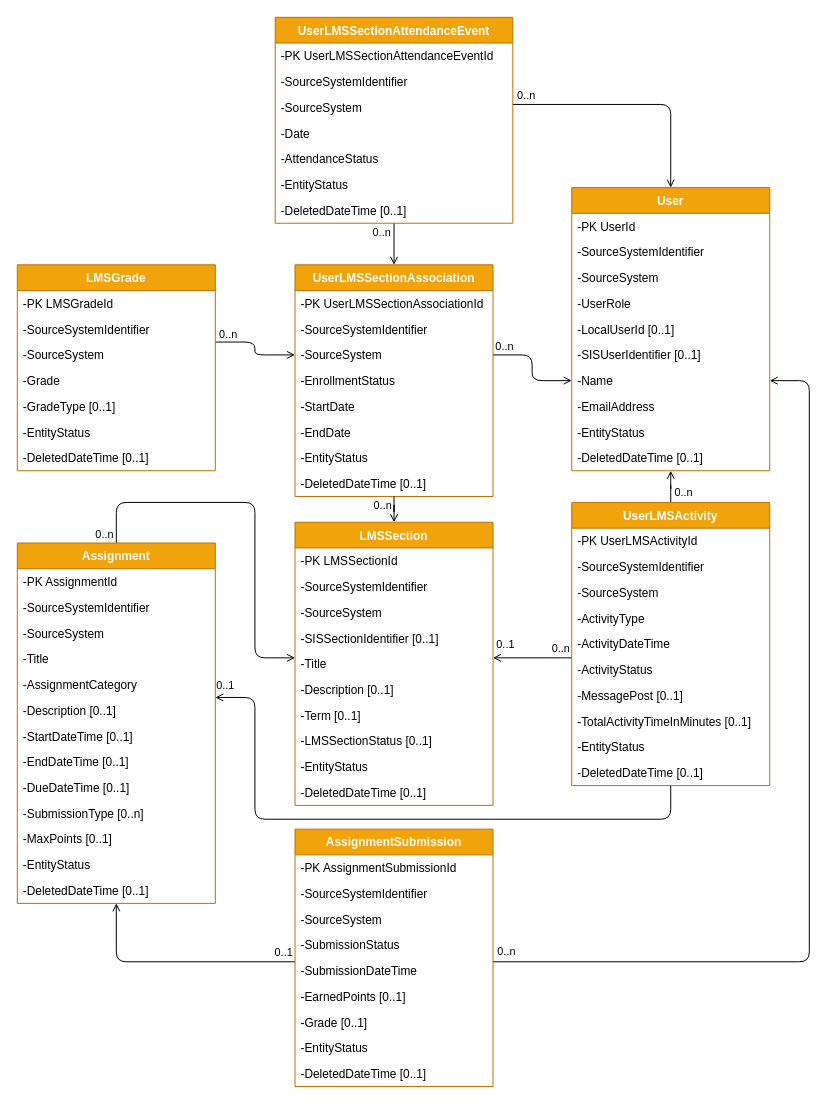
Before: page "Proposed UDM" (1 of 5) of docs/FIZZ-API-UML.drawio in Ed-Fi-Exchange-OSS/LMS-Toolkit, a draw.io diagram. Source tidied: cells renumbered, new cells numbered last; positions are measured from the earlier drawing's top-left corner, leaving out a move shared by most shapes. Both pictures are drawn from the tidied source at 99%, with x=0, y=0 at pixel (17, 17).
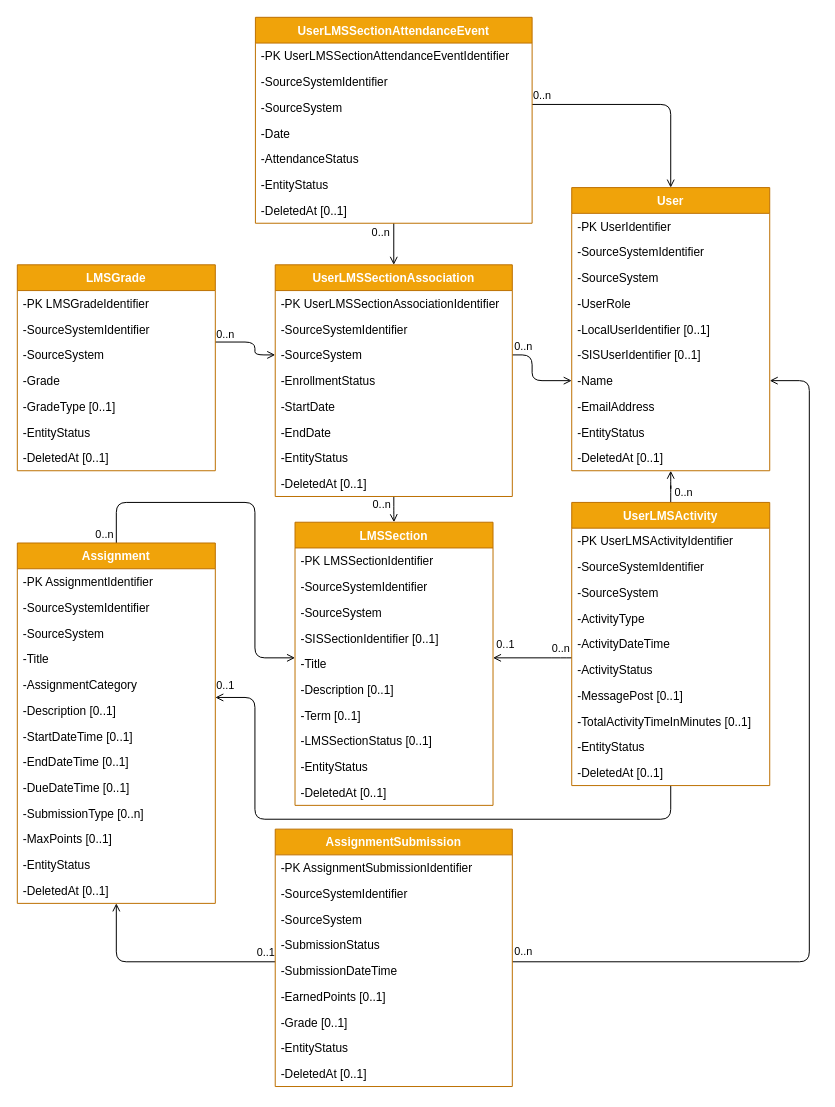
After the change.

Commit message:
[FIZZ-44] name updates to have consistent "Identifier" instead of "Id" and "DeletedAt" instead of "DeletedDateTime"

Unchanged cells that the change refers to:
```xml
<mxCell id="29" value="LMSGrade" style="swimlane;fontStyle=1;horizontal=1;startSize=26;fillColor=#f0a30a;strokeColor=#BD7000;fontColor=#ffffff;" parent="1" vertex="1">
  <mxGeometry y="250" width="200" height="208" as="geometry" />
</mxCell>
<mxCell id="37" value="Assignment" style="swimlane;fontStyle=1;horizontal=1;startSize=26;fillColor=#f0a30a;strokeColor=#BD7000;fontColor=#ffffff;" parent="1" vertex="1">
  <mxGeometry y="531" width="200" height="364" as="geometry" />
</mxCell>
<mxCell id="56" value="LMSSection" style="swimlane;fontStyle=1;horizontal=1;startSize=26;fillColor=#f0a30a;strokeColor=#BD7000;fontColor=#ffffff;" parent="1" vertex="1">
  <mxGeometry x="280.5" y="510" width="200" height="286" as="geometry" />
</mxCell>
<mxCell id="67" value="User" style="swimlane;fontStyle=1;horizontal=1;startSize=26;align=center;fillColor=#f0a30a;strokeColor=#BD7000;fontColor=#ffffff;" parent="1" vertex="1">
  <mxGeometry x="560" y="172" width="200" height="286" as="geometry" />
</mxCell>
<mxCell id="78" value="UserLMSActivity" style="swimlane;fontStyle=1;horizontal=1;startSize=26;fillColor=#f0a30a;strokeColor=#BD7000;fontColor=#ffffff;" parent="1" vertex="1">
  <mxGeometry x="560" y="490" width="200" height="286" as="geometry" />
</mxCell>
```

What changed in the source:
```diff
@@
-    <mxCell id="16" value="UserLMSSectionAssociation" style="swimlane;fontStyle=1;horizontal=1;startSize=26;fillColor=#f0a30a;strokeColor=#BD7000;fontColor=#ffffff;" parent="1" vertex="1">
-      <mxGeometry x="280.5" y="250" width="200" height="234" as="geometry" />
-    </mxCell>
-    <mxCell id="17" value="-PK UserLMSSectionAssociationId" style="text;align=left;verticalAlign=top;spacingLeft=4;spacingRight=4;overflow=hidden;" parent="16" vertex="1">
-      <mxGeometry y="26" width="200" height="26" as="geometry" />
-    </mxCell>
-    <mxCell id="18" value="-SourceSystemIdentifier" style="text;align=left;verticalAlign=top;spacingLeft=4;spacingRight=4;overflow=hidden;" parent="16" vertex="1">
-      <mxGeometry y="52" width="200" height="26" as="geometry" />
-    </mxCell>
-    <mxCell id="19" value="-SourceSystem" style="text;align=left;verticalAlign=top;spacingLeft=4;spacingRight=4;overflow=hidden;" parent="16" vertex="1">
-      <mxGeometry y="78" width="200" height="26" as="geometry" />
-    </mxCell>
-    <mxCell id="20" value="-EnrollmentStatus" style="text;align=left;verticalAlign=top;spacingLeft=4;spacingRight=4;overflow=hidden;" parent="16" vertex="1">
-      <mxGeometry y="104" width="200" height="26" as="geometry" />
-    </mxCell>
-    <mxCell id="21" value="-StartDate" style="text;align=left;verticalAlign=top;spacingLeft=4;spacingRight=4;overflow=hidden;" parent="16" vertex="1">
-      <mxGeometry y="130" width="200" height="26" as="geometry" />
-    </mxCell>
-    <mxCell id="22" value="-EndDate" style="text;align=left;verticalAlign=top;spacingLeft=4;spacingRight=4;overflow=hidden;" parent="16" vertex="1">
-      <mxGeometry y="156" width="200" height="26" as="geometry" />
-    </mxCell>
-    <mxCell id="23" value="-EntityStatus" style="text;align=left;verticalAlign=top;spacingLeft=4;spacingRight=4;overflow=hidden;" parent="16" vertex="1">
-      <mxGeometry y="182" width="200" height="26" as="geometry" />
-    </mxCell>
-    <mxCell id="24" value="-DeletedDateTime [0..1]" style="text;align=left;verticalAlign=top;spacingLeft=4;spacingRight=4;overflow=hidden;" parent="16" vertex="1">
-      <mxGeometry y="208" width="200" height="26" as="geometry" />
-    </mxCell>
@@
-    <mxCell id="30" value="-PK LMSGradeId" style="text;align=left;verticalAlign=top;spacingLeft=4;spacingRight=4;overflow=hidden;" parent="29" vertex="1">
+    <mxCell id="30" value="-PK LMSGradeIdentifier" style="text;align=left;verticalAlign=top;spacingLeft=4;spacingRight=4;overflow=hidden;" parent="29" vertex="1">
       <mxGeometry y="26" width="200" height="26" as="geometry" />
     </mxCell>
@@
-    <mxCell id="36" value="-DeletedDateTime [0..1]" style="text;align=left;verticalAlign=top;spacingLeft=4;spacingRight=4;overflow=hidden;" parent="29" vertex="1">
+    <mxCell id="36" value="-DeletedAt [0..1]" style="text;align=left;verticalAlign=top;spacingLeft=4;spacingRight=4;overflow=hidden;" parent="29" vertex="1">
       <mxGeometry y="182" width="200" height="26" as="geometry" />
     </mxCell>
@@
-    <mxCell id="38" value="-PK AssignmentId" style="text;align=left;verticalAlign=top;spacingLeft=4;spacingRight=4;overflow=hidden;" parent="37" vertex="1">
+    <mxCell id="38" value="-PK AssignmentIdentifier" style="text;align=left;verticalAlign=top;spacingLeft=4;spacingRight=4;overflow=hidden;" parent="37" vertex="1">
       <mxGeometry y="26" width="200" height="26" as="geometry" />
     </mxCell>
@@
-    <mxCell id="50" value="-DeletedDateTime [0..1]" style="text;align=left;verticalAlign=top;spacingLeft=4;spacingRight=4;overflow=hidden;" parent="37" vertex="1">
+    <mxCell id="50" value="-DeletedAt [0..1]" style="text;align=left;verticalAlign=top;spacingLeft=4;spacingRight=4;overflow=hidden;" parent="37" vertex="1">
       <mxGeometry y="338" width="200" height="26" as="geometry" />
     </mxCell>
@@
-    <mxCell id="57" value="-PK LMSSectionId" style="text;align=left;verticalAlign=top;spacingLeft=4;spacingRight=4;overflow=hidden;" parent="56" vertex="1">
+    <mxCell id="57" value="-PK LMSSectionIdentifier" style="text;align=left;verticalAlign=top;spacingLeft=4;spacingRight=4;overflow=hidden;" parent="56" vertex="1">
       <mxGeometry y="26" width="200" height="26" as="geometry" />
     </mxCell>
@@
-    <mxCell id="66" value="-DeletedDateTime [0..1]" style="text;align=left;verticalAlign=top;spacingLeft=4;spacingRight=4;overflow=hidden;" parent="56" vertex="1">
+    <mxCell id="66" value="-DeletedAt [0..1]" style="text;align=left;verticalAlign=top;spacingLeft=4;spacingRight=4;overflow=hidden;" parent="56" vertex="1">
       <mxGeometry y="260" width="200" height="26" as="geometry" />
     </mxCell>
@@
-    <mxCell id="68" value="-PK UserId" style="text;align=left;verticalAlign=top;spacingLeft=4;spacingRight=4;overflow=hidden;" parent="67" vertex="1">
+    <mxCell id="68" value="-PK UserIdentifier" style="text;align=left;verticalAlign=top;spacingLeft=4;spacingRight=4;overflow=hidden;" parent="67" vertex="1">
       <mxGeometry y="26" width="200" height="26" as="geometry" />
     </mxCell>
@@
-    <mxCell id="72" value="-LocalUserId [0..1]" style="text;align=left;verticalAlign=top;spacingLeft=4;spacingRight=4;overflow=hidden;" parent="67" vertex="1">
+    <mxCell id="72" value="-LocalUserIdentifier [0..1]" style="text;align=left;verticalAlign=top;spacingLeft=4;spacingRight=4;overflow=hidden;" parent="67" vertex="1">
       <mxGeometry y="130" width="200" height="26" as="geometry" />
     </mxCell>
@@
-    <mxCell id="77" value="-DeletedDateTime [0..1]" style="text;align=left;verticalAlign=top;spacingLeft=4;spacingRight=4;overflow=hidden;" parent="67" vertex="1">
+    <mxCell id="77" value="-DeletedAt [0..1]" style="text;align=left;verticalAlign=top;spacingLeft=4;spacingRight=4;overflow=hidden;" parent="67" vertex="1">
       <mxGeometry y="260" width="200" height="26" as="geometry" />
     </mxCell>
@@
-    <mxCell id="79" value="-PK UserLMSActivityId" style="text;align=left;verticalAlign=top;spacingLeft=4;spacingRight=4;overflow=hidden;" parent="78" vertex="1">
+    <mxCell id="79" value="-PK UserLMSActivityIdentifier" style="text;align=left;verticalAlign=top;spacingLeft=4;spacingRight=4;overflow=hidden;" parent="78" vertex="1">
       <mxGeometry y="26" width="200" height="26" as="geometry" />
     </mxCell>
@@
-    <mxCell id="88" value="-DeletedDateTime [0..1]" style="text;align=left;verticalAlign=top;spacingLeft=4;spacingRight=4;overflow=hidden;" parent="78" vertex="1">
+    <mxCell id="88" value="-DeletedAt [0..1]" style="text;align=left;verticalAlign=top;spacingLeft=4;spacingRight=4;overflow=hidden;" parent="78" vertex="1">
       <mxGeometry y="260" width="200" height="26" as="geometry" />
     </mxCell>
+    <mxCell id="16" value="UserLMSSectionAssociation" style="swimlane;fontStyle=1;horizontal=1;startSize=26;fillColor=#f0a30a;strokeColor=#BD7000;fontColor=#ffffff;" parent="1" vertex="1">
+      <mxGeometry x="260.5" y="250" width="239.5" height="234" as="geometry" />
+    </mxCell>
+    <mxCell id="17" value="-PK UserLMSSectionAssociationIdentifier" style="text;align=left;verticalAlign=top;spacingLeft=4;spacingRight=4;overflow=hidden;" parent="16" vertex="1">
+      <mxGeometry y="26" width="239.5" height="26" as="geometry" />
+    </mxCell>
+    <mxCell id="18" value="-SourceSystemIdentifier" style="text;align=left;verticalAlign=top;spacingLeft=4;spacingRight=4;overflow=hidden;" parent="16" vertex="1">
+      <mxGeometry y="52" width="239.5" height="26" as="geometry" />
+    </mxCell>
+    <mxCell id="19" value="-SourceSystem" style="text;align=left;verticalAlign=top;spacingLeft=4;spacingRight=4;overflow=hidden;" parent="16" vertex="1">
+      <mxGeometry y="78" width="239.5" height="26" as="geometry" />
+    </mxCell>
+    <mxCell id="20" value="-EnrollmentStatus" style="text;align=left;verticalAlign=top;spacingLeft=4;spacingRight=4;overflow=hidden;" parent="16" vertex="1">
+      <mxGeometry y="104" width="239.5" height="26" as="geometry" />
+    </mxCell>
+    <mxCell id="21" value="-StartDate" style="text;align=left;verticalAlign=top;spacingLeft=4;spacingRight=4;overflow=hidden;" parent="16" vertex="1">
+      <mxGeometry y="130" width="239.5" height="26" as="geometry" />
+    </mxCell>
+    <mxCell id="22" value="-EndDate" style="text;align=left;verticalAlign=top;spacingLeft=4;spacingRight=4;overflow=hidden;" parent="16" vertex="1">
+      <mxGeometry y="156" width="239.5" height="26" as="geometry" />
+    </mxCell>
+    <mxCell id="23" value="-EntityStatus" style="text;align=left;verticalAlign=top;spacingLeft=4;spacingRight=4;overflow=hidden;" parent="16" vertex="1">
+      <mxGeometry y="182" width="239.5" height="26" as="geometry" />
+    </mxCell>
+    <mxCell id="24" value="-DeletedAt [0..1]" style="text;align=left;verticalAlign=top;spacingLeft=4;spacingRight=4;overflow=hidden;" parent="16" vertex="1">
+      <mxGeometry y="208" width="239.5" height="26" as="geometry" />
+    </mxCell>
     <mxCell id="89" value="AssignmentSubmission" style="swimlane;fontStyle=1;horizontal=1;startSize=26;fillColor=#f0a30a;strokeColor=#BD7000;fontColor=#ffffff;" parent="1" vertex="1">
-      <mxGeometry x="280.5" y="820" width="200" height="260" as="geometry" />
+      <mxGeometry x="260.5" y="820" width="239.5" height="260" as="geometry" />
     </mxCell>
-    <mxCell id="90" value="-PK AssignmentSubmissionId" style="text;align=left;verticalAlign=top;spacingLeft=4;spacingRight=4;overflow=hidden;" parent="89" vertex="1">
-      <mxGeometry y="26" width="200" height="26" as="geometry" />
+    <mxCell id="90" value="-PK AssignmentSubmissionIdentifier" style="text;align=left;verticalAlign=top;spacingLeft=4;spacingRight=4;overflow=hidden;" parent="89" vertex="1">
+      <mxGeometry y="26" width="239.5" height="26" as="geometry" />
     </mxCell>
     <mxCell id="91" value="-SourceSystemIdentifier" style="text;align=left;verticalAlign=top;spacingLeft=4;spacingRight=4;overflow=hidden;" parent="89" vertex="1">
-      <mxGeometry y="52" width="200" height="26" as="geometry" />
+      <mxGeometry y="52" width="239.5" height="26" as="geometry" />
     </mxCell>
     <mxCell id="92" value="-SourceSystem" style="text;align=left;verticalAlign=top;spacingLeft=4;spacingRight=4;overflow=hidden;" parent="89" vertex="1">
-      <mxGeometry y="78" width="200" height="26" as="geometry" />
+      <mxGeometry y="78" width="239.5" height="26" as="geometry" />
     </mxCell>
     <mxCell id="93" value="-SubmissionStatus" style="text;align=left;verticalAlign=top;spacingLeft=4;spacingRight=4;overflow=hidden;" parent="89" vertex="1">
-      <mxGeometry y="104" width="200" height="26" as="geometry" />
+      <mxGeometry y="104" width="239.5" height="26" as="geometry" />
     </mxCell>
     <mxCell id="94" value="-SubmissionDateTime" style="text;align=left;verticalAlign=top;spacingLeft=4;spacingRight=4;overflow=hidden;" parent="89" vertex="1">
-      <mxGeometry y="130" width="200" height="26" as="geometry" />
+      <mxGeometry y="130" width="239.5" height="26" as="geometry" />
     </mxCell>
     <mxCell id="95" value="-EarnedPoints [0..1]" style="text;align=left;verticalAlign=top;spacingLeft=4;spacingRight=4;overflow=hidden;" parent="89" vertex="1">
-      <mxGeometry y="156" width="200" height="26" as="geometry" />
+      <mxGeometry y="156" width="239.5" height="26" as="geometry" />
     </mxCell>
     <mxCell id="96" value="-Grade [0..1]" style="text;align=left;verticalAlign=top;spacingLeft=4;spacingRight=4;overflow=hidden;" parent="89" vertex="1">
-      <mxGeometry y="182" width="200" height="26" as="geometry" />
+      <mxGeometry y="182" width="239.5" height="26" as="geometry" />
     </mxCell>
     <mxCell id="97" value="-EntityStatus" style="text;align=left;verticalAlign=top;spacingLeft=4;spacingRight=4;overflow=hidden;" parent="89" vertex="1">
-      <mxGeometry y="208" width="200" height="26" as="geometry" />
+      <mxGeometry y="208" width="239.5" height="26" as="geometry" />
     </mxCell>
-    <mxCell id="98" value="-DeletedDateTime [0..1]" style="text;align=left;verticalAlign=top;spacingLeft=4;spacingRight=4;overflow=hidden;" parent="89" vertex="1">
-      <mxGeometry y="234" width="200" height="26" as="geometry" />
+    <mxCell id="98" value="-DeletedAt [0..1]" style="text;align=left;verticalAlign=top;spacingLeft=4;spacingRight=4;overflow=hidden;" parent="89" vertex="1">
+      <mxGeometry y="234" width="239.5" height="26" as="geometry" />
     </mxCell>
     <mxCell id="99" value="UserLMSSectionAttendanceEvent" style="swimlane;fontStyle=1;horizontal=1;startSize=26;align=center;fillColor=#f0a30a;strokeColor=#BD7000;fontColor=#ffffff;" parent="1" vertex="1">
-      <mxGeometry x="260.5" width="240" height="208" as="geometry" />
+      <mxGeometry x="240.5" width="279.5" height="208" as="geometry" />
     </mxCell>
-    <mxCell id="100" value="-PK UserLMSSectionAttendanceEventId" style="text;align=left;verticalAlign=top;spacingLeft=4;spacingRight=4;overflow=hidden;" parent="99" vertex="1">
-      <mxGeometry y="26" width="240" height="26" as="geometry" />
+    <mxCell id="100" value="-PK UserLMSSectionAttendanceEventIdentifier" style="text;align=left;verticalAlign=top;spacingLeft=4;spacingRight=4;overflow=hidden;" parent="99" vertex="1">
+      <mxGeometry y="26" width="279.5" height="26" as="geometry" />
     </mxCell>
     <mxCell id="101" value="-SourceSystemIdentifier" style="text;align=left;verticalAlign=top;spacingLeft=4;spacingRight=4;overflow=hidden;" parent="99" vertex="1">
-      <mxGeometry y="52" width="240" height="26" as="geometry" />
+      <mxGeometry y="52" width="279.5" height="26" as="geometry" />
     </mxCell>
     <mxCell id="102" value="-SourceSystem" style="text;align=left;verticalAlign=top;spacingLeft=4;spacingRight=4;overflow=hidden;" parent="99" vertex="1">
-      <mxGeometry y="78" width="240" height="26" as="geometry" />
+      <mxGeometry y="78" width="279.5" height="26" as="geometry" />
     </mxCell>
     <mxCell id="103" value="-Date" style="text;align=left;verticalAlign=top;spacingLeft=4;spacingRight=4;overflow=hidden;" parent="99" vertex="1">
-      <mxGeometry y="104" width="240" height="26" as="geometry" />
+      <mxGeometry y="104" width="279.5" height="26" as="geometry" />
     </mxCell>
     <mxCell id="104" value="-AttendanceStatus" style="text;align=left;verticalAlign=top;spacingLeft=4;spacingRight=4;overflow=hidden;" parent="99" vertex="1">
-      <mxGeometry y="130" width="240" height="26" as="geometry" />
+      <mxGeometry y="130" width="279.5" height="26" as="geometry" />
     </mxCell>
     <mxCell id="105" value="-EntityStatus" style="text;align=left;verticalAlign=top;spacingLeft=4;spacingRight=4;overflow=hidden;" parent="99" vertex="1">
-      <mxGeometry y="156" width="240" height="26" as="geometry" />
+      <mxGeometry y="156" width="279.5" height="26" as="geometry" />
     </mxCell>
-    <mxCell id="106" value="-DeletedDateTime [0..1]" style="text;align=left;verticalAlign=top;spacingLeft=4;spacingRight=4;overflow=hidden;" parent="99" vertex="1">
-      <mxGeometry y="182" width="240" height="26" as="geometry" />
+    <mxCell id="106" value="-DeletedAt [0..1]" style="text;align=left;verticalAlign=top;spacingLeft=4;spacingRight=4;overflow=hidden;" parent="99" vertex="1">
+      <mxGeometry y="182" width="279.5" height="26" as="geometry" />
     </mxCell>
```
